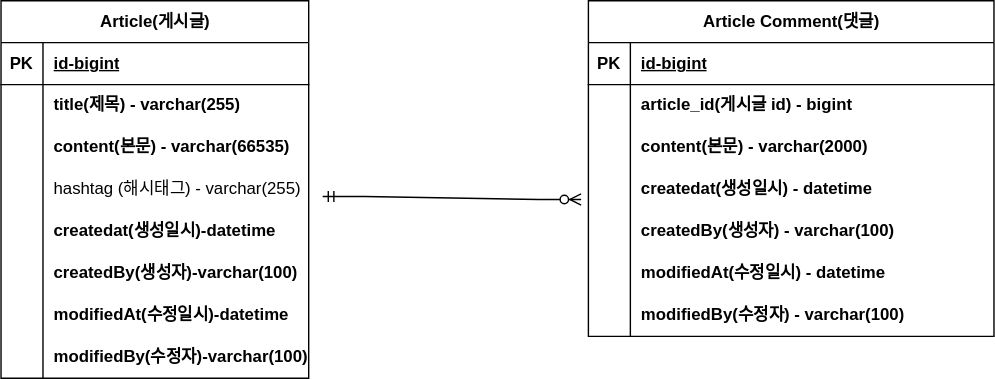
claudia1886/fastcampus-project-board keeps this draw.io diagram as document/제목 없는 다이어그램.drawio.svg. Above is the earlier version. Source tidied: cells renumbered, new cells last; positions are measured from the earlier drawing's top-left corner, leaving out a move shared by most shapes.
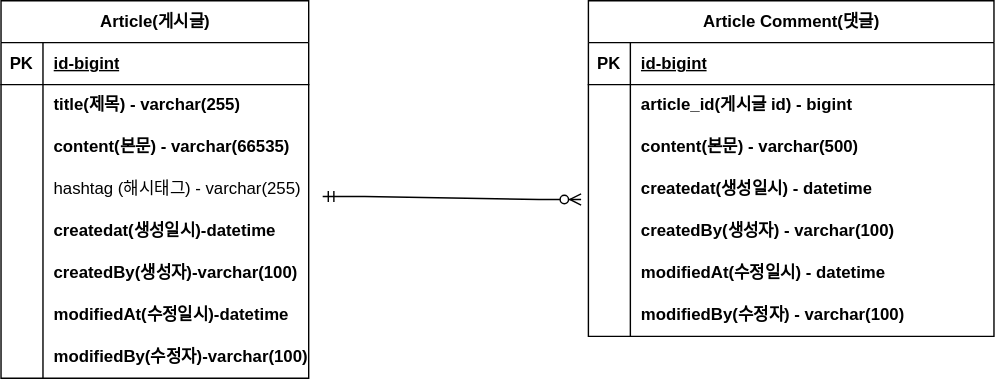
Later version of the same file.

Commit message:
#10-erd 업데이트

Change to the diagram source:
```diff
@@ -104,7 +104,7 @@
     <mxCell id="35" style="shape=partialRectangle;fillColor=none;top=0;left=0;bottom=0;right=0;overflow=hidden;whiteSpace=wrap;html=1;" parent="34" vertex="1">
       <mxGeometry width="30" height="30" as="geometry" />
     </mxCell>
-    <mxCell id="36" value="content(본문) - varchar(2000)" style="shape=partialRectangle;fillColor=none;top=0;left=0;bottom=0;right=0;align=left;spacingLeft=6;overflow=hidden;whiteSpace=wrap;html=1;fontStyle=1;" parent="34" vertex="1">
+    <mxCell id="36" value="content(본문) - varchar(500)" style="shape=partialRectangle;fillColor=none;top=0;left=0;bottom=0;right=0;align=left;spacingLeft=6;overflow=hidden;whiteSpace=wrap;html=1;fontStyle=1;" parent="34" vertex="1">
       <mxGeometry x="30" width="260" height="30" as="geometry" />
     </mxCell>
     <mxCell id="37" style="shape=tableRow;horizontal=0;startSize=0;swimlaneHead=0;swimlaneBody=0;fillColor=none;points=[[0,0.5],[1,0.5]];portConstraint=eastwest;top=0;left=0;right=0;bottom=0;" parent="27" vertex="1">
```
